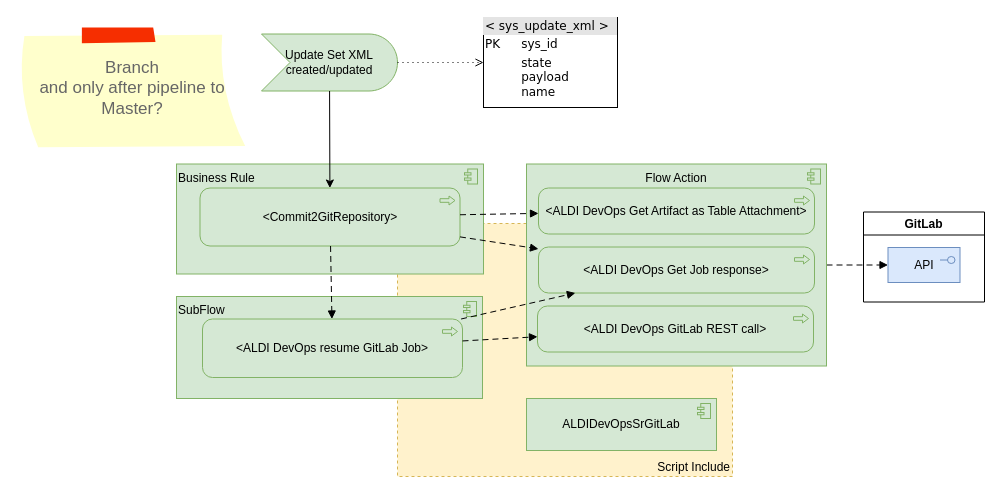
Earlier version of the draw.io diagram SnDevSecOps.drawio (algimas/tmp). Source tidied: cells renumbered, new cells numbered last; positions are measured from the earlier drawing's top-left corner, leaving out a move shared by most shapes. Both pictures are drawn from the tidied source at 100%, with x=0, y=0 at pixel (17, 17).
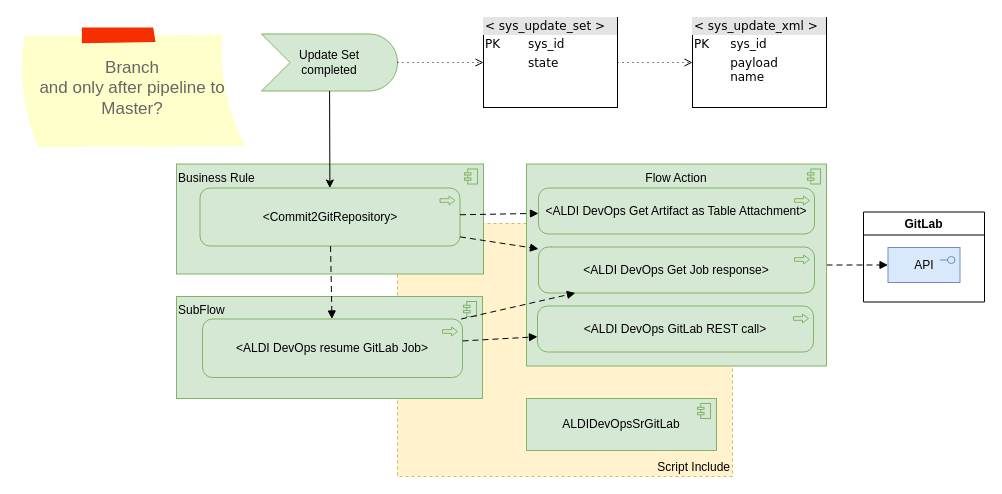
The same diagram, later.

Diff of the diagram source:
```diff
@@
-    <mxCell id="7" value="Update Set XML&lt;br&gt;created/updated" style="html=1;outlineConnect=0;whiteSpace=wrap;fillColor=#d5e8d4;shape=mxgraph.archimate3.event;strokeColor=#82b366;" parent="1" vertex="1">
+    <mxCell id="7" value="Update Set &lt;br&gt;completed" style="html=1;outlineConnect=0;whiteSpace=wrap;fillColor=#d5e8d4;shape=mxgraph.archimate3.event;strokeColor=#82b366;" parent="1" vertex="1">
       <mxGeometry x="244" y="16.5" width="136" height="57" as="geometry" />
     </mxCell>
@@
-    <mxCell id="9" value="&lt;div style=&quot;box-sizing: border-box ; width: 100% ; background: #e4e4e4 ; padding: 2px&quot;&gt;&amp;lt;&amp;nbsp;sys_update_xml&amp;nbsp;&amp;gt;&lt;/div&gt;&lt;table style=&quot;width: 100% ; font-size: 1em&quot; cellpadding=&quot;2&quot; cellspacing=&quot;0&quot;&gt;&lt;tbody&gt;&lt;tr&gt;&lt;td&gt;PK&lt;/td&gt;&lt;td&gt;sys_id&lt;/td&gt;&lt;/tr&gt;&lt;tr&gt;&lt;td&gt;&lt;/td&gt;&lt;td&gt;state&lt;br&gt;payload&lt;br&gt;name&lt;/td&gt;&lt;/tr&gt;&lt;tr&gt;&lt;td&gt;&lt;br&gt;&lt;/td&gt;&lt;td&gt;&lt;br&gt;&lt;/td&gt;&lt;/tr&gt;&lt;tr&gt;&lt;td&gt;&lt;br&gt;&lt;/td&gt;&lt;td&gt;&lt;/td&gt;&lt;/tr&gt;&lt;/tbody&gt;&lt;/table&gt;" style="verticalAlign=top;align=left;overflow=fill;html=1;rounded=0;shadow=0;comic=0;labelBackgroundColor=none;strokeWidth=1;fontFamily=Verdana;fontSize=12;" parent="1" vertex="1">
+    <mxCell id="9" value="&lt;div style=&quot;box-sizing: border-box ; width: 100% ; background: #e4e4e4 ; padding: 2px&quot;&gt;&amp;lt;&amp;nbsp;sys_update_set&amp;nbsp;&amp;gt;&lt;/div&gt;&lt;table style=&quot;width: 100% ; font-size: 1em&quot; cellpadding=&quot;2&quot; cellspacing=&quot;0&quot;&gt;&lt;tbody&gt;&lt;tr&gt;&lt;td&gt;PK&lt;/td&gt;&lt;td&gt;sys_id&lt;/td&gt;&lt;/tr&gt;&lt;tr&gt;&lt;td&gt;&lt;/td&gt;&lt;td&gt;state&lt;/td&gt;&lt;/tr&gt;&lt;tr&gt;&lt;td&gt;&lt;br&gt;&lt;/td&gt;&lt;td&gt;&lt;br&gt;&lt;/td&gt;&lt;/tr&gt;&lt;tr&gt;&lt;td&gt;&lt;br&gt;&lt;/td&gt;&lt;td&gt;&lt;/td&gt;&lt;/tr&gt;&lt;/tbody&gt;&lt;/table&gt;" style="verticalAlign=top;align=left;overflow=fill;html=1;rounded=0;shadow=0;comic=0;labelBackgroundColor=none;strokeWidth=1;fontFamily=Verdana;fontSize=12;" parent="1" vertex="1">
       <mxGeometry x="466" width="134" height="90" as="geometry" />
     </mxCell>
@@
+    <mxCell id="25" value="&lt;div style=&quot;box-sizing: border-box ; width: 100% ; background: #e4e4e4 ; padding: 2px&quot;&gt;&amp;lt;&amp;nbsp;sys_update_xml&amp;nbsp;&amp;gt;&lt;/div&gt;&lt;table style=&quot;width: 100% ; font-size: 1em&quot; cellpadding=&quot;2&quot; cellspacing=&quot;0&quot;&gt;&lt;tbody&gt;&lt;tr&gt;&lt;td&gt;PK&lt;/td&gt;&lt;td&gt;sys_id&lt;/td&gt;&lt;/tr&gt;&lt;tr&gt;&lt;td&gt;&lt;/td&gt;&lt;td&gt;payload&lt;br&gt;name&lt;/td&gt;&lt;/tr&gt;&lt;tr&gt;&lt;td&gt;&lt;br&gt;&lt;/td&gt;&lt;td&gt;&lt;br&gt;&lt;/td&gt;&lt;/tr&gt;&lt;tr&gt;&lt;td&gt;&lt;br&gt;&lt;/td&gt;&lt;td&gt;&lt;/td&gt;&lt;/tr&gt;&lt;/tbody&gt;&lt;/table&gt;" style="verticalAlign=top;align=left;overflow=fill;html=1;rounded=0;shadow=0;comic=0;labelBackgroundColor=none;strokeWidth=1;fontFamily=Verdana;fontSize=12;" parent="1" vertex="1">
+      <mxGeometry x="675" width="134" height="90" as="geometry" />
+    </mxCell>
+    <mxCell id="26" style="html=1;endArrow=open;elbow=vertical;endFill=0;dashed=1;dashPattern=1 4;rounded=0;fillColor=#00b9f2;" parent="1" edge="1" source="9" target="25">
+      <mxGeometry relative="1" as="geometry" />
+    </mxCell>
```
